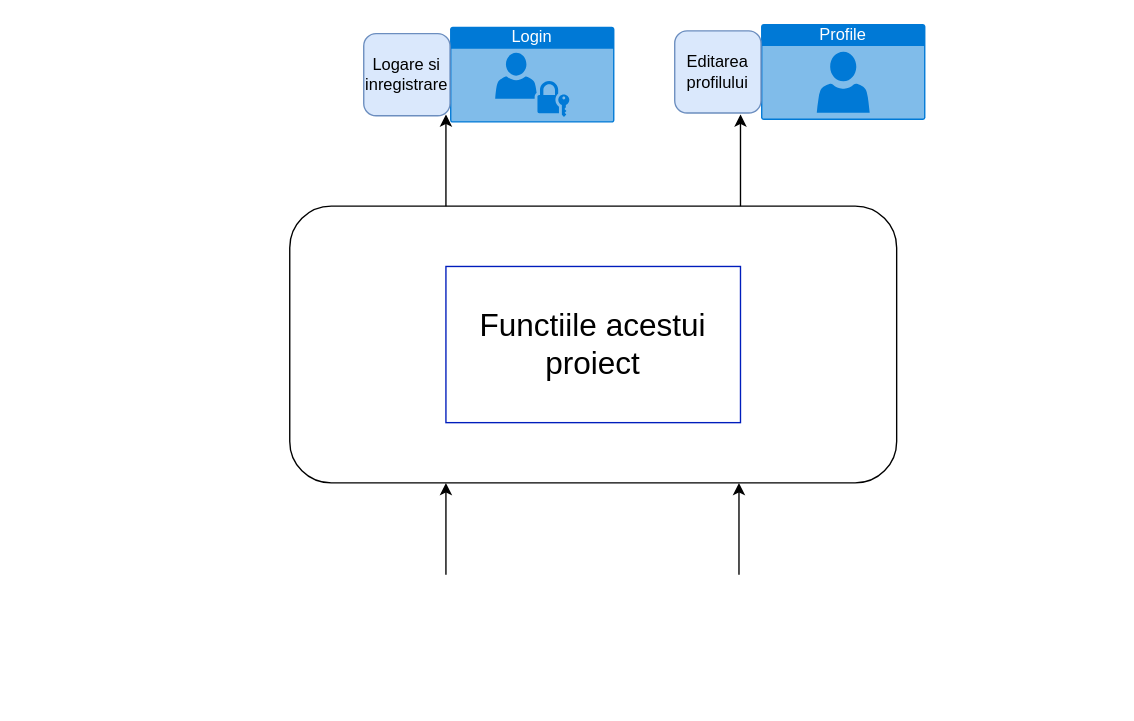
Before: cerinte.drawio in Mariuswarboss/Practica, a draw.io diagram. Source tidied: cells renumbered, new cells numbered last; positions are measured from the earlier drawing's top-left corner, leaving out a move shared by most shapes. Both pictures are drawn from the tidied source at 137%, with x=0, y=0 at pixel (289, 23). Pictures stored in the file or linked from it are replaced by grey dashed boxes.
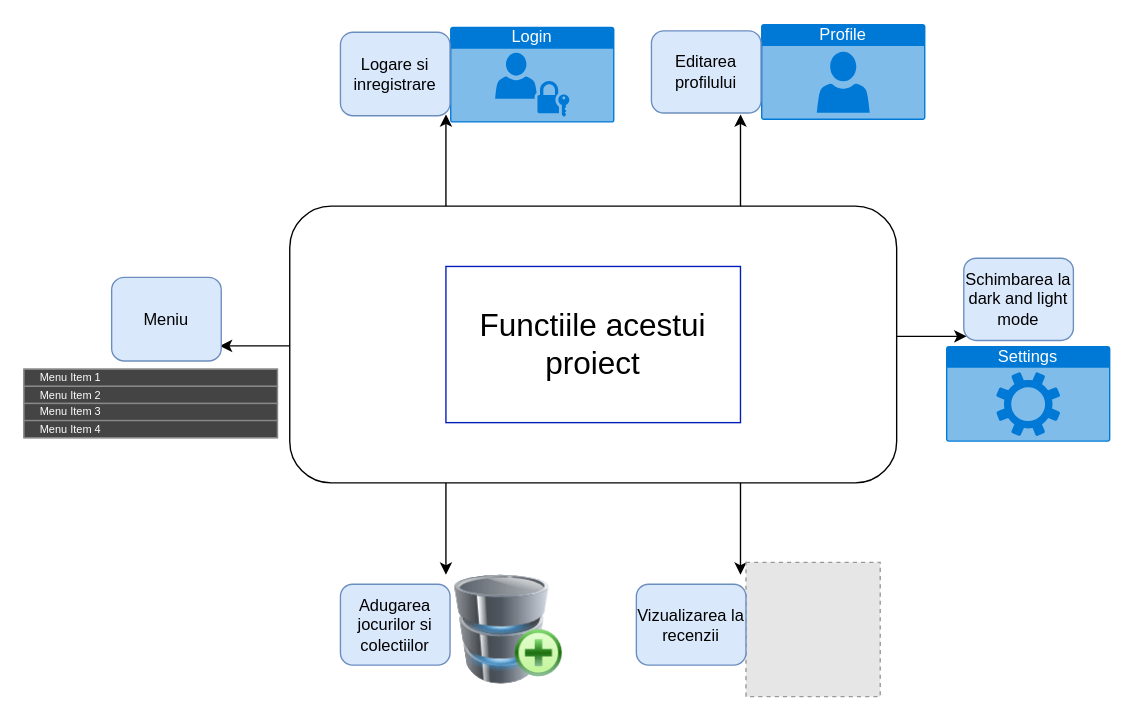
The same diagram, later.

Change to the diagram source:
```diff
@@
     <mxCell id="5" style="endArrow=classic;html=1;rounded=0;exitX=0.75;exitY=0;exitDx=0;exitDy=0;strokeColor=light-dark(#000000,#000000);" parent="1" edge="1">
       <mxGeometry relative="1" as="geometry">
-        <mxPoint x="327.9" y="402" as="sourcePoint" />
-        <mxPoint x="327.9" y="335" as="targetPoint" />
+        <mxPoint x="329" y="335" as="sourcePoint" />
+        <mxPoint x="329" y="402" as="targetPoint" />
       </mxGeometry>
     </mxCell>
     <mxCell id="6" style="endArrow=classic;html=1;rounded=0;exitX=0.75;exitY=0;exitDx=0;exitDy=0;strokeColor=light-dark(#000000,#000000);" parent="1" edge="1">
       <mxGeometry relative="1" as="geometry">
-        <mxPoint x="114" y="402" as="sourcePoint" />
-        <mxPoint x="114" y="335" as="targetPoint" />
+        <mxPoint x="114" y="335" as="sourcePoint" />
+        <mxPoint x="114" y="402" as="targetPoint" />
       </mxGeometry>
     </mxCell>
@@
-    <mxCell id="9" value="Logare si inregistrare" style="rounded=1;whiteSpace=wrap;html=1;fillColor=#dae8fc;strokeColor=#6c8ebf;" parent="1" vertex="1">
-      <mxGeometry x="54" y="7" width="63" height="60" as="geometry" />
-    </mxCell>
@@
     <mxCell id="11" value="Editarea profilului" style="rounded=1;whiteSpace=wrap;html=1;fillColor=#dae8fc;strokeColor=#6c8ebf;" parent="1" vertex="1">
-      <mxGeometry x="281" y="5" width="63" height="60" as="geometry" />
+      <mxGeometry x="264" y="5" width="80" height="60" as="geometry" />
     </mxCell>
+    <mxCell id="12" style="fillColor=#E6E6E6;strokeColor=#999999;dashed=1;html=1;verticalAlign=top;verticalLabelPosition=bottom;labelBackgroundColor=#ffffff;" parent="1" vertex="1">
+      <mxGeometry x="333" y="393" width="98" height="98" as="geometry" />
+    </mxCell>
+    <mxCell id="13" value="Vizualizarea la recenzii" style="rounded=1;whiteSpace=wrap;html=1;fillColor=#dae8fc;strokeColor=#6c8ebf;" parent="1" vertex="1">
+      <mxGeometry x="253" y="409" width="80" height="59" as="geometry" />
+    </mxCell>
+    <mxCell id="14" style="image;html=1;image=img/lib/clip_art/computers/Database_Add_128x128.png;" parent="1" vertex="1">
+      <mxGeometry x="120" y="402" width="80" height="80" as="geometry" />
+    </mxCell>
+    <mxCell id="15" value="Adugarea jocurilor si colectiilor" style="rounded=1;whiteSpace=wrap;html=1;fillColor=#dae8fc;strokeColor=#6c8ebf;" parent="1" vertex="1">
+      <mxGeometry x="37" y="409" width="80" height="59" as="geometry" />
+    </mxCell>
+    <mxCell id="16" value="Schimbarea la dark and light mode" style="rounded=1;whiteSpace=wrap;html=1;fillColor=#dae8fc;strokeColor=#6c8ebf;" parent="1" vertex="1">
+      <mxGeometry x="492" y="171" width="80" height="60" as="geometry" />
+    </mxCell>
+    <mxCell id="17" style="endArrow=classic;html=1;rounded=0;exitX=0.75;exitY=0;exitDx=0;exitDy=0;strokeColor=light-dark(#000000,#000000);" parent="1" edge="1">
+      <mxGeometry relative="1" as="geometry">
+        <mxPoint x="443" y="228" as="sourcePoint" />
+        <mxPoint x="494" y="228" as="targetPoint" />
+      </mxGeometry>
+    </mxCell>
+    <mxCell id="18" value="Settings" style="html=1;whiteSpace=wrap;strokeColor=none;fillColor=#0079D6;labelPosition=center;verticalLabelPosition=middle;verticalAlign=top;align=center;fontSize=12;spacingTop=-6;fontColor=#FFFFFF;sketch=0;shape=mxgraph.sitemap.settings;" parent="1" vertex="1">
+      <mxGeometry x="479" y="235" width="120" height="70" as="geometry" />
+    </mxCell>
+    <mxCell id="19" style="endArrow=classic;html=1;rounded=0;exitX=0.75;exitY=0;exitDx=0;exitDy=0;strokeColor=light-dark(#000000,#000000);" parent="1" edge="1">
+      <mxGeometry relative="1" as="geometry">
+        <mxPoint y="235" as="sourcePoint" />
+        <mxPoint x="-51" y="235" as="targetPoint" />
+      </mxGeometry>
+    </mxCell>
+    <mxCell id="20" style="strokeWidth=1;html=1;shadow=0;dashed=0;shape=mxgraph.android.rrect;rSize=0;strokeColor=#888888;fillColor=#444444;" parent="1" vertex="1">
+      <mxGeometry x="-194" y="252" width="185" height="50" as="geometry" />
+    </mxCell>
+    <mxCell id="21" value="Menu Item 1" style="strokeColor=inherit;fillColor=inherit;gradientColor=inherit;strokeWidth=1;html=1;shadow=0;dashed=0;shape=mxgraph.android.rrect;rSize=0;align=left;spacingLeft=10;fontSize=8;fontColor=#ffffff;" parent="20" vertex="1">
+      <mxGeometry width="185" height="12.5" as="geometry" />
+    </mxCell>
+    <mxCell id="22" value="Menu Item 2" style="strokeColor=inherit;fillColor=inherit;gradientColor=inherit;strokeWidth=1;html=1;shadow=0;dashed=0;shape=mxgraph.android.rrect;rSize=0;align=left;spacingLeft=10;fontSize=8;fontColor=#ffffff;" parent="20" vertex="1">
+      <mxGeometry y="12.5" width="185" height="12.5" as="geometry" />
+    </mxCell>
+    <mxCell id="23" value="Menu Item 3" style="strokeColor=inherit;fillColor=inherit;gradientColor=inherit;strokeWidth=1;html=1;shadow=0;dashed=0;shape=mxgraph.android.rrect;rSize=0;align=left;spacingLeft=10;fontSize=8;fontColor=#ffffff;" parent="20" vertex="1">
+      <mxGeometry y="25" width="185" height="12.5" as="geometry" />
+    </mxCell>
+    <mxCell id="24" value="Menu Item 4" style="strokeColor=inherit;fillColor=inherit;gradientColor=inherit;strokeWidth=1;html=1;shadow=0;dashed=0;shape=mxgraph.android.rrect;rSize=0;align=left;spacingLeft=10;fontSize=8;fontColor=#ffffff;" parent="20" vertex="1">
+      <mxGeometry y="37.5" width="185" height="12.5" as="geometry" />
+    </mxCell>
+    <mxCell id="9" value="Logare si inregistrare" style="rounded=1;whiteSpace=wrap;html=1;fillColor=#dae8fc;strokeColor=#6c8ebf;" parent="1" vertex="1">
+      <mxGeometry x="37" y="6" width="80" height="61" as="geometry" />
+    </mxCell>
+    <mxCell id="25" value="Meniu" style="rounded=1;whiteSpace=wrap;html=1;fillColor=#dae8fc;strokeColor=#6c8ebf;" parent="1" vertex="1">
+      <mxGeometry x="-130" y="185" width="80" height="61" as="geometry" />
+    </mxCell>
```
